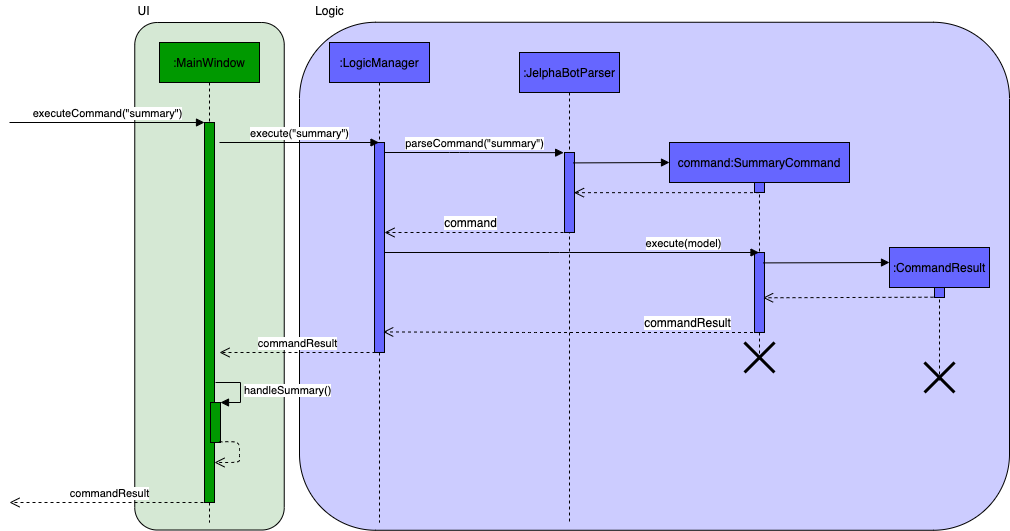
AY1920S2-CS2103-F09-2/main keeps this draw.io diagram as images/SummarySwitchTabSequenceDiagram.png. Above is the earlier version. Source tidied: cells renumbered, new cells last; positions are measured from the earlier drawing's top-left corner, leaving out a move shared by most shapes.
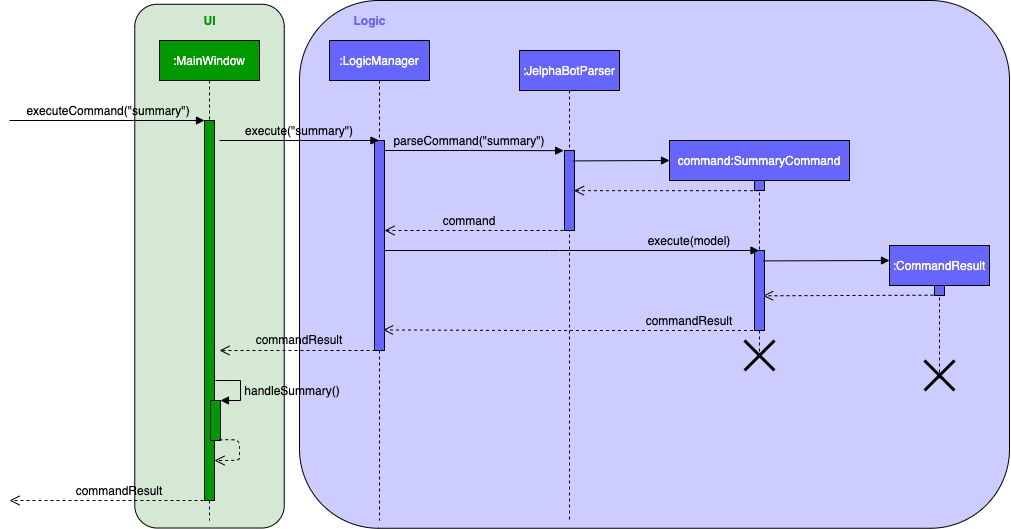
Above is the later version.

Diff of the diagram source:
```diff
@@ -3,18 +3,18 @@
     <mxCell id="0" />
     <mxCell id="1" parent="0" />
     <mxCell id="2" style="rounded=1;whiteSpace=wrap;html=1;shadow=0;fillColor=#CCCCFF;" parent="1" vertex="1">
-      <mxGeometry x="344" y="21.8" width="710" height="508" as="geometry" />
+      <mxGeometry x="344" y="2" width="710" height="527.8" as="geometry" />
     </mxCell>
     <mxCell id="3" style="rounded=1;whiteSpace=wrap;html=1;shadow=0;rotation=-90;fillColor=#D5E8D4;" parent="1" vertex="1">
-      <mxGeometry x="0.2" y="201" width="507.5" height="149.5" as="geometry" />
+      <mxGeometry x="-7.9" y="192.9" width="523.8" height="149.5" as="geometry" />
     </mxCell>
-    <mxCell id="4" value=":MainWindow" style="shape=umlLifeline;perimeter=lifelinePerimeter;whiteSpace=wrap;html=1;shadow=0;fillColor=#009900;" parent="1" vertex="1">
+    <mxCell id="4" value="&lt;font color=&quot;#ffffff&quot;&gt;:MainWindow&lt;/font&gt;" style="shape=umlLifeline;perimeter=lifelinePerimeter;whiteSpace=wrap;html=1;shadow=0;fillColor=#009900;" parent="1" vertex="1">
       <mxGeometry x="204" y="42" width="100" height="480" as="geometry" />
     </mxCell>
     <mxCell id="5" style="html=1;perimeter=orthogonalPerimeter;shadow=0;fillColor=#009900;" parent="1" vertex="1">
       <mxGeometry x="249" y="122" width="10" height="380" as="geometry" />
     </mxCell>
-    <mxCell id="6" value="executeCommand(&quot;summary&quot;)" style="html=1;verticalAlign=bottom;endArrow=block;fillColor=#4D9900;" parent="1" edge="1">
+    <mxCell id="6" style="html=1;verticalAlign=bottom;endArrow=block;fillColor=#4D9900;" parent="1" edge="1">
       <mxGeometry relative="1" as="geometry">
         <mxPoint x="54" y="122" as="sourcePoint" />
         <mxPoint x="249" y="122" as="targetPoint" />
@@ -23,7 +23,7 @@
     <mxCell id="7" style="html=1;points=[];perimeter=orthogonalPerimeter;shadow=0;fillColor=#009900;" parent="1" vertex="1">
       <mxGeometry x="255" y="402" width="10" height="40" as="geometry" />
     </mxCell>
-    <mxCell id="8" value="handleSummary()" style="edgeStyle=orthogonalEdgeStyle;html=1;align=left;spacingLeft=2;endArrow=block;rounded=0;entryX=1;entryY=0;fillColor=#4D9900;" parent="1" edge="1" target="7">
+    <mxCell id="8" style="edgeStyle=orthogonalEdgeStyle;html=1;align=left;spacingLeft=2;endArrow=block;rounded=0;entryX=1;entryY=0;fillColor=#4D9900;" parent="1" edge="1" target="7">
       <mxGeometry relative="1" as="geometry">
         <mxPoint x="260" y="382" as="sourcePoint" />
         <Array as="points">
@@ -32,8 +32,8 @@
         </Array>
       </mxGeometry>
     </mxCell>
-    <mxCell id="9" value="UI" style="text;html=1;align=center;verticalAlign=middle;" parent="1" vertex="1">
-      <mxGeometry x="173" width="30" height="20" as="geometry" />
+    <mxCell id="9" value="&lt;b&gt;&lt;font color=&quot;#009900&quot;&gt;UI&lt;/font&gt;&lt;/b&gt;" style="text;html=1;align=center;verticalAlign=middle;" parent="1" vertex="1">
+      <mxGeometry x="239" y="12" width="30" height="20" as="geometry" />
     </mxCell>
     <mxCell id="10" style="html=1;verticalAlign=bottom;endArrow=open;dashed=1;endSize=8;fillColor=#4D9900;exitX=0.883;exitY=0.983;exitDx=0;exitDy=0;exitPerimeter=0;" parent="1" edge="1" source="7">
       <mxGeometry x="-0.3" y="-20" relative="1" as="geometry">
@@ -47,18 +47,18 @@
         <mxPoint x="40" as="offset" />
       </mxGeometry>
     </mxCell>
-    <mxCell id="11" value=":LogicManager" style="shape=umlLifeline;perimeter=lifelinePerimeter;whiteSpace=wrap;html=1;outlineConnect=0;shadow=0;fillColor=#6666FF;" parent="1" vertex="1">
+    <mxCell id="11" value="&lt;font color=&quot;#ffffff&quot;&gt;:LogicManager&lt;/font&gt;" style="shape=umlLifeline;perimeter=lifelinePerimeter;whiteSpace=wrap;html=1;outlineConnect=0;shadow=0;fillColor=#6666FF;" parent="1" vertex="1">
       <mxGeometry x="374" y="42" width="100" height="480" as="geometry" />
     </mxCell>
     <mxCell id="12" style="html=1;points=[];perimeter=orthogonalPerimeter;shadow=0;fillColor=#6666FF;" parent="11" vertex="1">
       <mxGeometry x="45" y="100" width="10" height="210" as="geometry" />
     </mxCell>
-    <mxCell id="13" value="execute(&quot;summary&quot;)" style="html=1;verticalAlign=bottom;endArrow=block;fillColor=#4D9900;" parent="1" edge="1" target="11">
+    <mxCell id="13" style="html=1;verticalAlign=bottom;endArrow=block;fillColor=#4D9900;" parent="1" edge="1" target="11">
       <mxGeometry relative="1" as="geometry">
         <mxPoint x="264" y="142" as="sourcePoint" />
       </mxGeometry>
     </mxCell>
-    <mxCell id="14" value=":JelphaBotParser" style="shape=umlLifeline;perimeter=lifelinePerimeter;whiteSpace=wrap;html=1;shadow=0;fillColor=#6666FF;" parent="1" vertex="1">
+    <mxCell id="14" value="&lt;font color=&quot;#ffffff&quot;&gt;:JelphaBotParser&lt;/font&gt;" style="shape=umlLifeline;perimeter=lifelinePerimeter;whiteSpace=wrap;html=1;shadow=0;fillColor=#6666FF;" parent="1" vertex="1">
       <mxGeometry x="564" y="52" width="100" height="470" as="geometry" />
     </mxCell>
     <mxCell id="15" style="html=1;points=[];perimeter=orthogonalPerimeter;shadow=0;fillColor=#6666FF;" parent="14" vertex="1">
@@ -69,7 +69,7 @@
         <mxPoint x="150" y="110" as="targetPoint" />
       </mxGeometry>
     </mxCell>
-    <mxCell id="17" value="command:SummaryCommand" style="shape=umlLifeline;perimeter=lifelinePerimeter;whiteSpace=wrap;html=1;outlineConnect=0;shadow=0;fillColor=#6666FF;" parent="1" vertex="1">
+    <mxCell id="17" value="&lt;font color=&quot;#ffffff&quot;&gt;command:SummaryCommand&lt;/font&gt;" style="shape=umlLifeline;perimeter=lifelinePerimeter;whiteSpace=wrap;html=1;outlineConnect=0;shadow=0;fillColor=#6666FF;" parent="1" vertex="1">
       <mxGeometry x="714" y="142" width="180" height="220" as="geometry" />
     </mxCell>
     <mxCell id="18" style="html=1;perimeter=orthogonalPerimeter;shadow=0;fillColor=#6666FF;" parent="17" vertex="1">
@@ -86,12 +86,7 @@
         <mxPoint x="614" y="232" as="sourcePoint" />
       </mxGeometry>
     </mxCell>
-    <mxCell id="22" value="command" style="text;html=1;align=center;verticalAlign=middle;labelBackgroundColor=#ffffff;" parent="21" vertex="1">
-      <mxGeometry x="0.07" y="-1" relative="1" as="geometry">
-        <mxPoint y="-9" as="offset" />
-      </mxGeometry>
-    </mxCell>
-    <mxCell id="23" value="execute(model)" style="html=1;verticalAlign=bottom;endArrow=block;fillColor=#4D9900;" parent="1" edge="1" source="12" target="17">
+    <mxCell id="23" style="html=1;verticalAlign=bottom;endArrow=block;fillColor=#4D9900;" parent="1" edge="1" source="12" target="17">
       <mxGeometry x="0.6" relative="1" as="geometry">
         <Array as="points">
           <mxPoint x="604" y="252" />
@@ -106,12 +101,7 @@
         <mxPoint x="160" y="160" as="offset" />
       </mxGeometry>
     </mxCell>
-    <mxCell id="25" value="commandResult" style="text;html=1;align=center;verticalAlign=middle;labelBackgroundColor=#ffffff;" parent="24" vertex="1">
-      <mxGeometry x="0.22" y="-158" relative="1" as="geometry">
-        <mxPoint x="157" y="148" as="offset" />
-      </mxGeometry>
-    </mxCell>
-    <mxCell id="26" value=":CommandResult" style="shape=umlLifeline;perimeter=lifelinePerimeter;whiteSpace=wrap;html=1;shadow=0;fillColor=#6666FF;" parent="1" vertex="1">
+    <mxCell id="26" value="&lt;font color=&quot;#ffffff&quot;&gt;:CommandResult&lt;/font&gt;" style="shape=umlLifeline;perimeter=lifelinePerimeter;whiteSpace=wrap;html=1;shadow=0;fillColor=#6666FF;" parent="1" vertex="1">
       <mxGeometry x="934" y="247" width="100" height="135" as="geometry" />
     </mxCell>
     <mxCell id="27" style="html=1;perimeter=orthogonalPerimeter;shadow=0;fillColor=#6666FF;" parent="26" vertex="1">
@@ -130,30 +120,57 @@
         <mxPoint x="978" y="296.7" as="sourcePoint" />
       </mxGeometry>
     </mxCell>
-    <mxCell id="31" value="commandResult" style="html=1;verticalAlign=bottom;endArrow=open;dashed=1;endSize=8;fillColor=#4D9900;" parent="1" edge="1">
+    <mxCell id="31" style="html=1;verticalAlign=bottom;endArrow=open;dashed=1;endSize=8;fillColor=#4D9900;" parent="1" edge="1">
       <mxGeometry relative="1" as="geometry">
         <mxPoint x="420" y="352" as="sourcePoint" />
         <mxPoint x="264" y="352" as="targetPoint" />
       </mxGeometry>
     </mxCell>
-    <mxCell id="32" value="commandResult" style="html=1;verticalAlign=bottom;endArrow=open;dashed=1;endSize=8;fillColor=#4D9900;" parent="1" edge="1">
+    <mxCell id="32" style="html=1;verticalAlign=bottom;endArrow=open;dashed=1;endSize=8;fillColor=#4D9900;" parent="1" edge="1">
       <mxGeometry relative="1" as="geometry">
         <mxPoint x="254" y="502" as="sourcePoint" />
         <mxPoint x="54" y="502" as="targetPoint" />
       </mxGeometry>
     </mxCell>
-    <mxCell id="33" value="parseCommand(&quot;summary&quot;)" style="html=1;verticalAlign=bottom;endArrow=block;fillColor=#4D9900;entryX=-0.086;entryY=0.002;entryDx=0;entryDy=0;entryPerimeter=0;" parent="1" edge="1" source="12" target="15">
+    <mxCell id="33" style="html=1;verticalAlign=bottom;endArrow=block;fillColor=#4D9900;entryX=-0.086;entryY=0.002;entryDx=0;entryDy=0;entryPerimeter=0;" parent="1" edge="1" source="12" target="15">
       <mxGeometry relative="1" as="geometry">
         <Array as="points">
           <mxPoint x="504" y="152" />
         </Array>
       </mxGeometry>
     </mxCell>
-    <mxCell id="34" value="Logic" style="text;html=1;align=center;verticalAlign=middle;" parent="1" vertex="1">
-      <mxGeometry x="354" width="40" height="20" as="geometry" />
+    <mxCell id="34" value="&lt;b&gt;&lt;font color=&quot;#6666ff&quot;&gt;Logic&lt;/font&gt;&lt;/b&gt;" style="text;html=1;align=center;verticalAlign=middle;" parent="1" vertex="1">
+      <mxGeometry x="389" y="12" width="50" height="20" as="geometry" />
     </mxCell>
     <mxCell id="35" style="shape=umlDestroy;whiteSpace=wrap;html=1;strokeWidth=3;" parent="1" vertex="1">
       <mxGeometry x="789" y="342" width="30" height="30" as="geometry" />
     </mxCell>
+    <mxCell id="36" value="executeCommand(&quot;summary&quot;)" style="text;html=1;strokeColor=none;fillColor=none;align=center;verticalAlign=middle;whiteSpace=wrap;rounded=0;" parent="1" vertex="1">
+      <mxGeometry x="133" y="102" width="40" height="20" as="geometry" />
+    </mxCell>
+    <mxCell id="37" value="execute(&quot;summary&quot;)" style="text;html=1;strokeColor=none;fillColor=none;align=center;verticalAlign=middle;whiteSpace=wrap;rounded=0;" parent="1" vertex="1">
+      <mxGeometry x="324" y="122" width="40" height="20" as="geometry" />
+    </mxCell>
+    <mxCell id="38" value="parseCommand(&quot;summary&quot;)" style="text;html=1;strokeColor=none;fillColor=none;align=center;verticalAlign=middle;whiteSpace=wrap;rounded=0;" parent="1" vertex="1">
+      <mxGeometry x="494" y="132" width="40" height="20" as="geometry" />
+    </mxCell>
+    <mxCell id="22" value="command" style="text;html=1;strokeColor=none;fillColor=none;align=center;verticalAlign=middle;whiteSpace=wrap;rounded=0;" parent="1" vertex="1">
+      <mxGeometry x="494" y="212" width="40" height="20" as="geometry" />
+    </mxCell>
+    <mxCell id="39" value="execute(model)" style="text;html=1;strokeColor=none;fillColor=none;align=center;verticalAlign=middle;whiteSpace=wrap;rounded=0;" parent="1" vertex="1">
+      <mxGeometry x="714" y="232" width="40" height="20" as="geometry" />
+    </mxCell>
+    <mxCell id="40" value="commandResult" style="text;html=1;strokeColor=none;fillColor=none;align=center;verticalAlign=middle;whiteSpace=wrap;rounded=0;" parent="1" vertex="1">
+      <mxGeometry x="714" y="312" width="40" height="20" as="geometry" />
+    </mxCell>
+    <mxCell id="41" value="commandResult" style="text;html=1;strokeColor=none;fillColor=none;align=center;verticalAlign=middle;whiteSpace=wrap;rounded=0;" parent="1" vertex="1">
+      <mxGeometry x="144" y="482" width="40" height="20" as="geometry" />
+    </mxCell>
+    <mxCell id="42" value="handleSummary()" style="text;html=1;strokeColor=none;fillColor=none;align=center;verticalAlign=middle;whiteSpace=wrap;rounded=0;" parent="1" vertex="1">
+      <mxGeometry x="317" y="382" width="40" height="20" as="geometry" />
+    </mxCell>
+    <mxCell id="43" value="commandResult" style="text;html=1;strokeColor=none;fillColor=none;align=center;verticalAlign=middle;whiteSpace=wrap;rounded=0;" parent="1" vertex="1">
+      <mxGeometry x="324" y="330.5" width="40" height="20" as="geometry" />
+    </mxCell>
   </root>
 </mxGraphModel>
```
